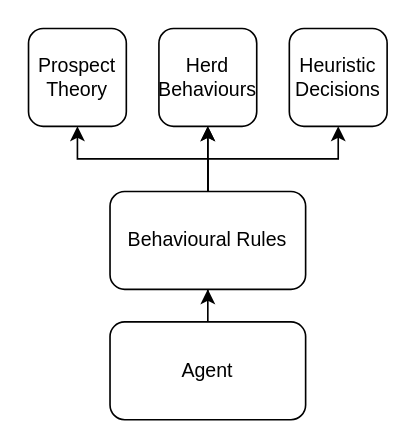
The draw.io diagram Untitled Diagram.drawio in JustSimpleLucas/agent-based-modelling-behavioural-fianance, before the edit. Source tidied: cells renumbered, new cells numbered last; positions are measured from the earlier drawing's top-left corner, leaving out a move shared by most shapes. Both pictures are drawn from the tidied source at 163%, with x=0, y=0 at pixel (28, 28).
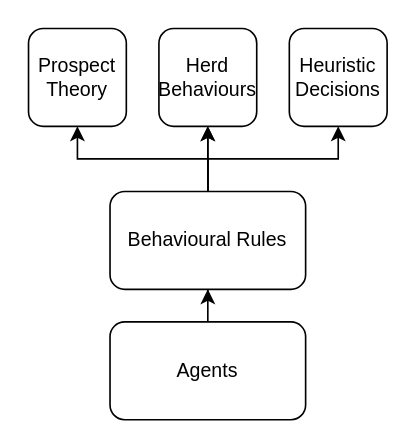
After the change.

The edit, as a diff of the source:
```diff
@@
 <mxGraphModel>
   <root>
     <mxCell id="0" />
     <mxCell id="1" parent="0" />
     <mxCell id="2" style="edgeStyle=orthogonalEdgeStyle;rounded=0;jettySize=auto;html=1;" parent="1" edge="1" source="3" target="7">
       <mxGeometry relative="1" as="geometry" />
     </mxCell>
-    <mxCell id="3" value="Agent" style="rounded=1;whiteSpace=wrap;html=1;" parent="1" vertex="1">
+    <mxCell id="3" value="Agents" style="rounded=1;whiteSpace=wrap;html=1;" parent="1" vertex="1">
       <mxGeometry x="50" y="180" width="120" height="60" as="geometry" />
     </mxCell>
     <mxCell id="4" style="edgeStyle=orthogonalEdgeStyle;rounded=0;jettySize=auto;html=1;" parent="1" edge="1" source="7" target="8">
       <mxGeometry relative="1" as="geometry">
         <Array as="points">
           <mxPoint x="110" y="80" />
           <mxPoint x="30" y="80" />
         </Array>
       </mxGeometry>
     </mxCell>
     <mxCell id="5" style="edgeStyle=orthogonalEdgeStyle;rounded=0;jettySize=auto;html=1;entryX=0.5;entryY=1;entryDx=0;entryDy=0;" parent="1" edge="1" source="7" target="9">
       <mxGeometry relative="1" as="geometry" />
     </mxCell>
     <mxCell id="6" style="edgeStyle=orthogonalEdgeStyle;rounded=0;jettySize=auto;html=1;" parent="1" edge="1" source="7" target="9">
       <mxGeometry relative="1" as="geometry" />
     </mxCell>
     <mxCell id="7" value="Behavioural Rules" style="whiteSpace=wrap;html=1;rounded=1;" parent="1" vertex="1">
       <mxGeometry x="50" y="100" width="120" height="60" as="geometry" />
     </mxCell>
     <mxCell id="8" value="Prospect Theory" style="whiteSpace=wrap;html=1;rounded=1;" parent="1" vertex="1">
       <mxGeometry width="60" height="60" as="geometry" />
     </mxCell>
     <mxCell id="9" value="Herd Behaviours" style="whiteSpace=wrap;html=1;rounded=1;" parent="1" vertex="1">
       <mxGeometry x="80" width="60" height="60" as="geometry" />
     </mxCell>
     <mxCell id="10" value="Heuristic&lt;div&gt;Decisions&lt;/div&gt;" style="whiteSpace=wrap;html=1;rounded=1;" parent="1" vertex="1">
       <mxGeometry x="160" width="60" height="60" as="geometry" />
     </mxCell>
     <mxCell id="11" style="edgeStyle=orthogonalEdgeStyle;rounded=0;jettySize=auto;html=1;entryX=0.5;entryY=1;entryDx=0;entryDy=0;" parent="1" edge="1" target="10">
       <mxGeometry relative="1" as="geometry">
         <mxPoint x="110" y="100" as="sourcePoint" />
         <Array as="points">
           <mxPoint x="110" y="80" />
           <mxPoint x="190" y="80" />
         </Array>
       </mxGeometry>
     </mxCell>
   </root>
 </mxGraphModel>
```
